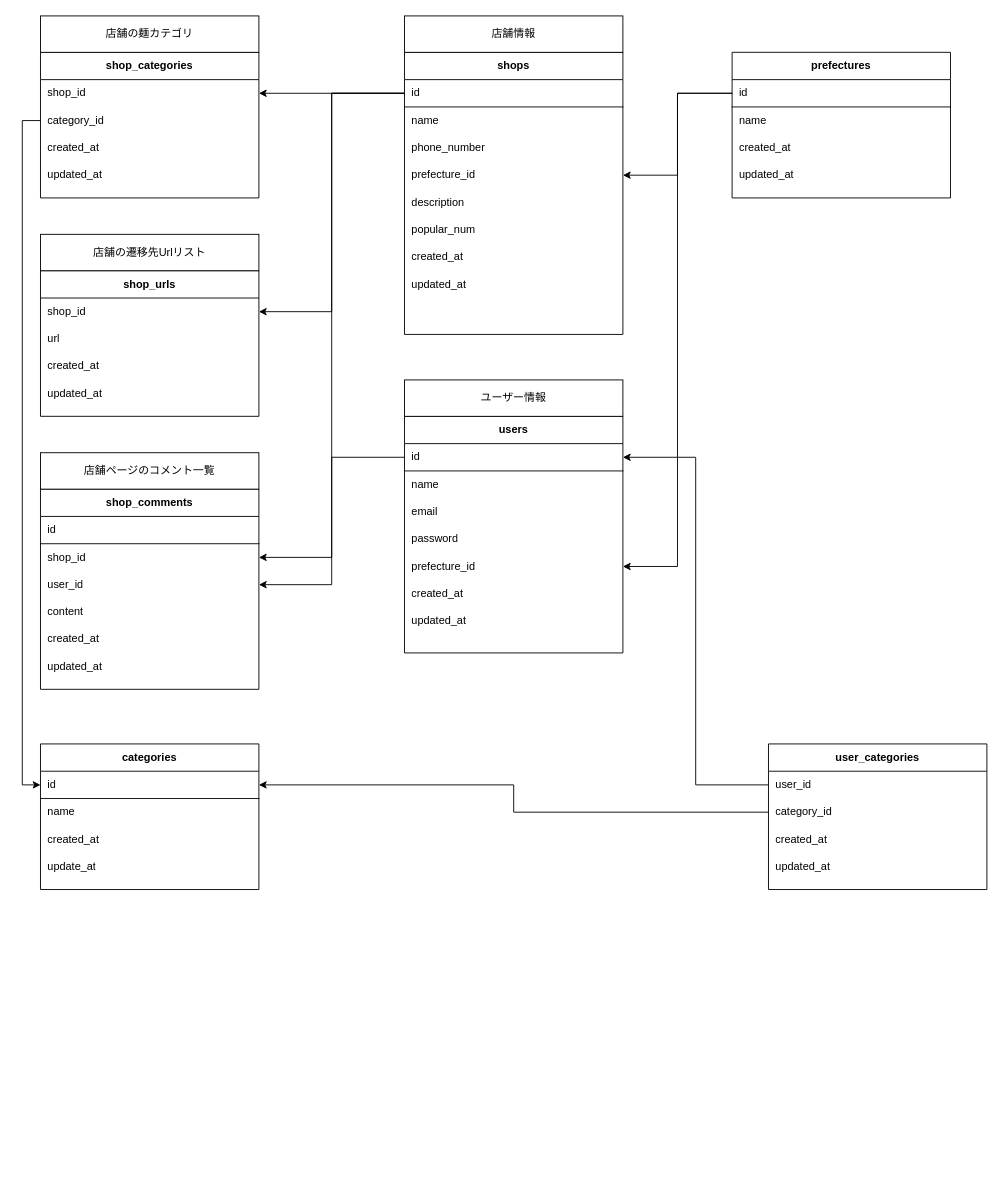
This is er.dio from ny-bin/r-men-front, a draw.io file, before an edit. Source tidied: cells renumbered, new cells numbered last; positions are measured from the earlier drawing's top-left corner, leaving out a move shared by most shapes. Both pictures are drawn from the tidied source at 91%, with x=0, y=0 at pixel (40, 15).
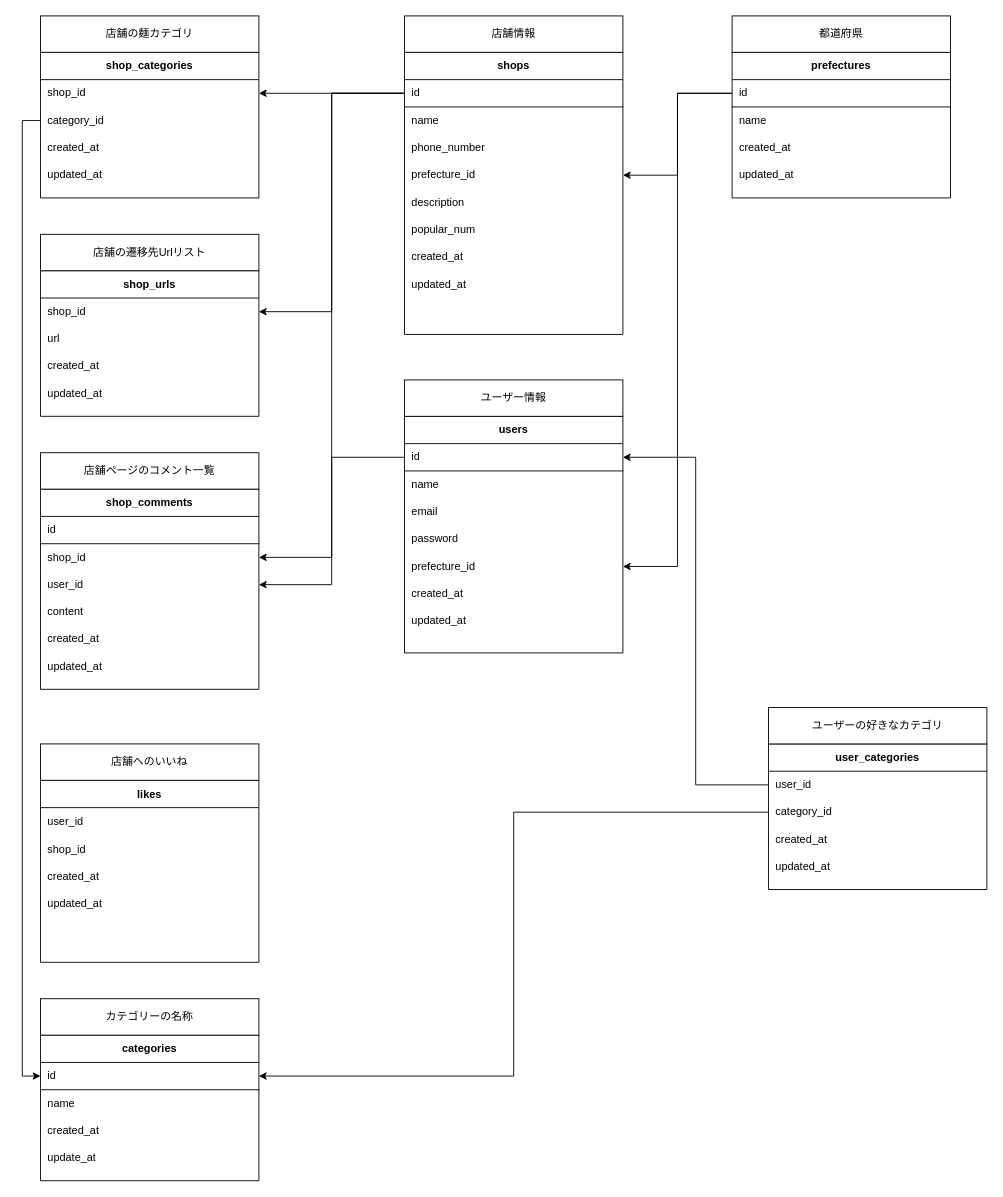
After the change.

The edit, as a diff of the source:
```diff
@@
     <mxCell id="28" value="categories" style="shape=table;html=1;whiteSpace=wrap;startSize=30;childLayout=tableLayout;rowLines=0;fontStyle=1;align=center;" parent="1" vertex="1">
-      <mxGeometry y="800" width="240" height="160" as="geometry" />
+      <mxGeometry y="1120" width="240" height="160" as="geometry" />
     </mxCell>
@@
+    <mxCell id="106" value="都道府県" style="rounded=0;whiteSpace=wrap;html=1;" parent="1" vertex="1">
+      <mxGeometry x="760" width="240" height="40" as="geometry" />
+    </mxCell>
+    <mxCell id="107" value="カテゴリーの名称" style="rounded=0;whiteSpace=wrap;html=1;" parent="1" vertex="1">
+      <mxGeometry y="1080" width="240" height="40" as="geometry" />
+    </mxCell>
+    <mxCell id="108" value="ユーザーの好きなカテゴリ" style="rounded=0;whiteSpace=wrap;html=1;" parent="1" vertex="1">
+      <mxGeometry x="800" y="760" width="240" height="40" as="geometry" />
+    </mxCell>
+    <mxCell id="109" value="likes" style="shape=table;startSize=30;childLayout=tableLayout;rowLines=0;fontStyle=1;align=center;" parent="1" vertex="1">
+      <mxGeometry y="840" width="240" height="200" as="geometry" />
+    </mxCell>
+    <mxCell id="110" style="shape=partialRectangle;fillColor=none;top=0;left=0;bottom=0;right=0;" parent="109" vertex="1">
+      <mxGeometry y="30" width="240" height="30" as="geometry" />
+    </mxCell>
+    <mxCell id="111" value="user_id" style="shape=partialRectangle;fillColor=none;top=0;left=0;bottom=0;right=0;align=left;spacingLeft=6;overflow=hidden;" parent="110" vertex="1">
+      <mxGeometry width="240" height="30" as="geometry" />
+    </mxCell>
+    <mxCell id="112" style="shape=partialRectangle;fillColor=none;top=0;left=0;bottom=0;right=0;" parent="109" vertex="1">
+      <mxGeometry y="60" width="240" height="30" as="geometry" />
+    </mxCell>
+    <mxCell id="113" value="shop_id" style="shape=partialRectangle;fillColor=none;top=0;left=0;bottom=0;right=0;align=left;spacingLeft=6;overflow=hidden;" parent="112" vertex="1">
+      <mxGeometry width="240" height="30" as="geometry" />
+    </mxCell>
+    <mxCell id="114" style="shape=partialRectangle;fillColor=none;top=0;left=0;bottom=0;right=0;" parent="109" vertex="1">
+      <mxGeometry y="90" width="240" height="30" as="geometry" />
+    </mxCell>
+    <mxCell id="115" value="created_at" style="shape=partialRectangle;fillColor=none;top=0;left=0;bottom=0;right=0;align=left;spacingLeft=6;overflow=hidden;" parent="114" vertex="1">
+      <mxGeometry width="240" height="30" as="geometry" />
+    </mxCell>
+    <mxCell id="116" style="shape=partialRectangle;fillColor=none;top=0;left=0;bottom=0;right=0;" parent="109" vertex="1">
+      <mxGeometry y="120" width="240" height="30" as="geometry" />
+    </mxCell>
+    <mxCell id="117" value="updated_at" style="shape=partialRectangle;fillColor=none;top=0;left=0;bottom=0;right=0;align=left;spacingLeft=6;overflow=hidden;" parent="116" vertex="1">
+      <mxGeometry width="240" height="30" as="geometry" />
+    </mxCell>
+    <mxCell id="118" value="店舗へのいいね" style="rounded=0;whiteSpace=wrap;html=1;" parent="1" vertex="1">
+      <mxGeometry y="800" width="240" height="40" as="geometry" />
+    </mxCell>
```
